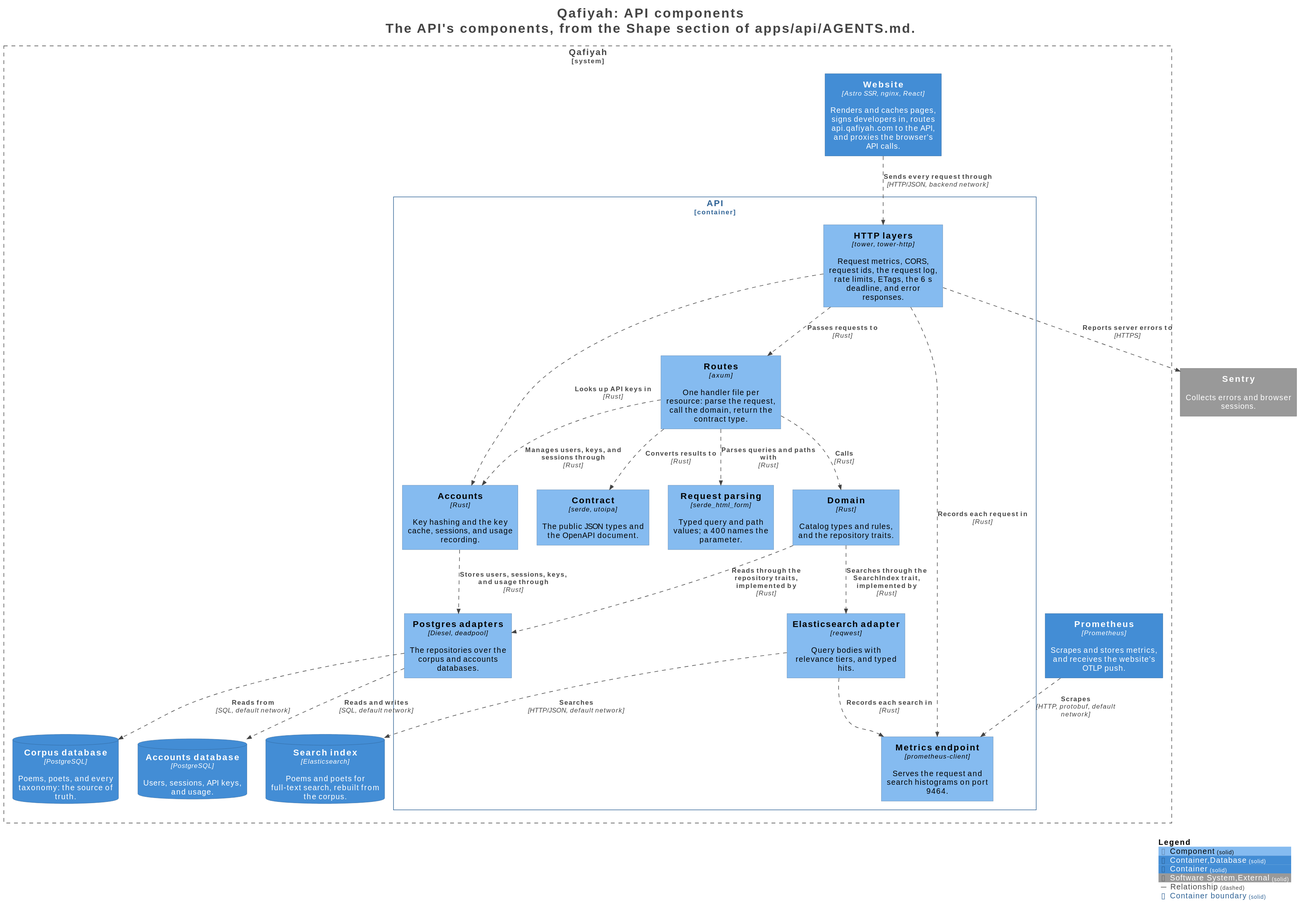
Before: docs/architecture/generated/structurizr/api-components.gen.svg, a diagram exported from PlantUML (raaqimorg/qafiyah).
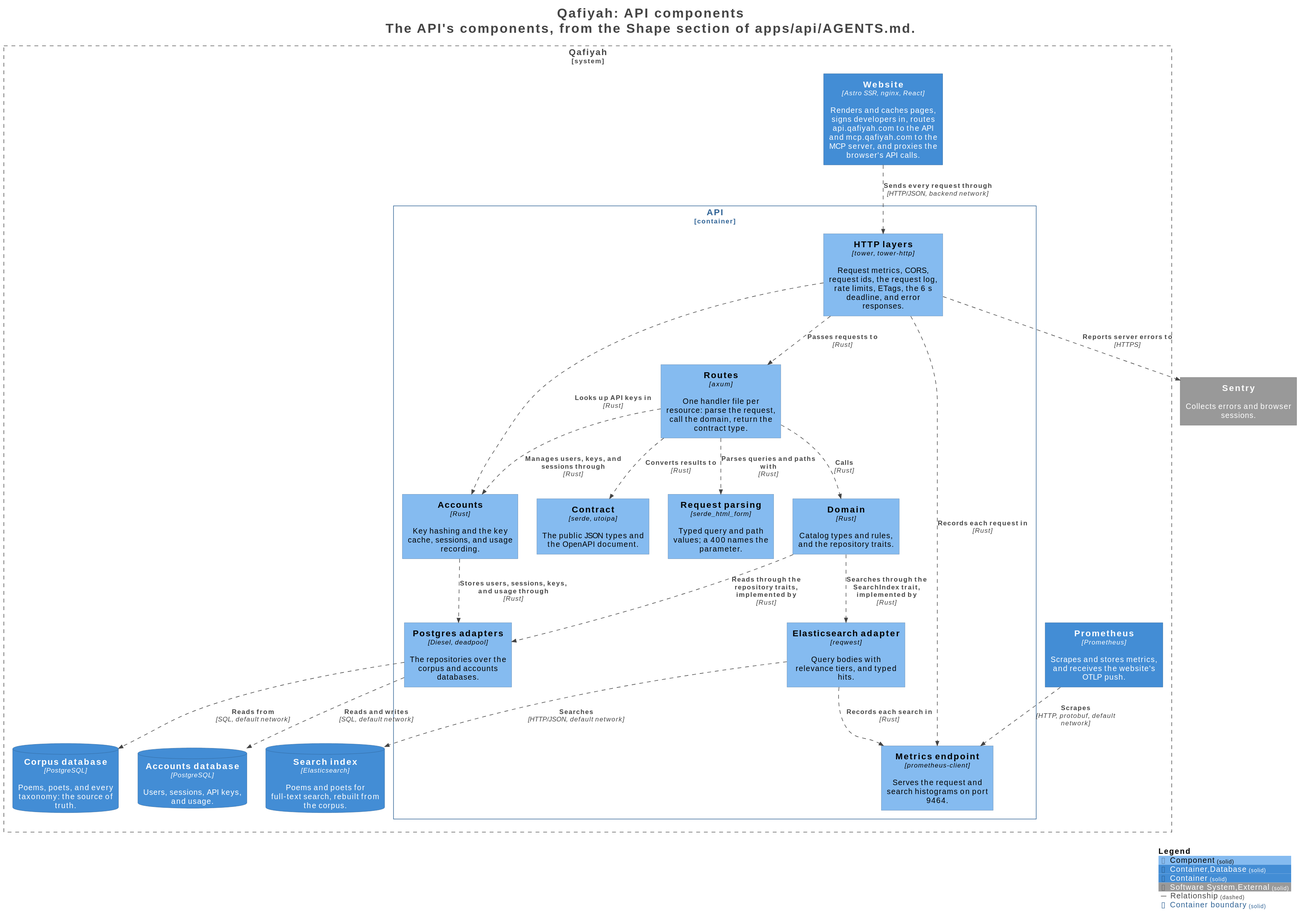
After the commit.

What changed in the source:
```diff
@@ -42,7 +42,7 @@
     Component(Qafiyah.API.Metricsendpoint, "Metrics endpoint", $techn="prometheus-client", $descr="Serves the request and search histograms on port 9464.", $tags="Component", $link="")
   }
 
-  Container(Qafiyah.Website, "Website", $techn="Astro SSR, nginx, React", $descr="Renders and caches pages, signs developers in, routes api.qafiyah.com to the API, and proxies the browser's API calls.", $tags="Container", $link="")
+  Container(Qafiyah.Website, "Website", $techn="Astro SSR, nginx, React", $descr="Renders and caches pages, signs developers in, routes api.qafiyah.com to the API and mcp.qafiyah.com to the MCP server, and proxies the browser's API calls.", $tags="Container", $link="")
   ContainerDb(Qafiyah.Corpusdatabase, "Corpus database", $techn="PostgreSQL", $descr="Poems, poets, and every taxonomy: the source of truth.", $tags="Container,Database", $link="")
   ContainerDb(Qafiyah.Accountsdatabase, "Accounts database", $techn="PostgreSQL", $descr="Users, sessions, API keys, and usage.", $tags="Container,Database", $link="")
   ContainerDb(Qafiyah.Searchindex, "Search index", $techn="Elasticsearch", $descr="Poems and poets for full-text search, rebuilt from the corpus.", $tags="Container,Database", $link="")
```
